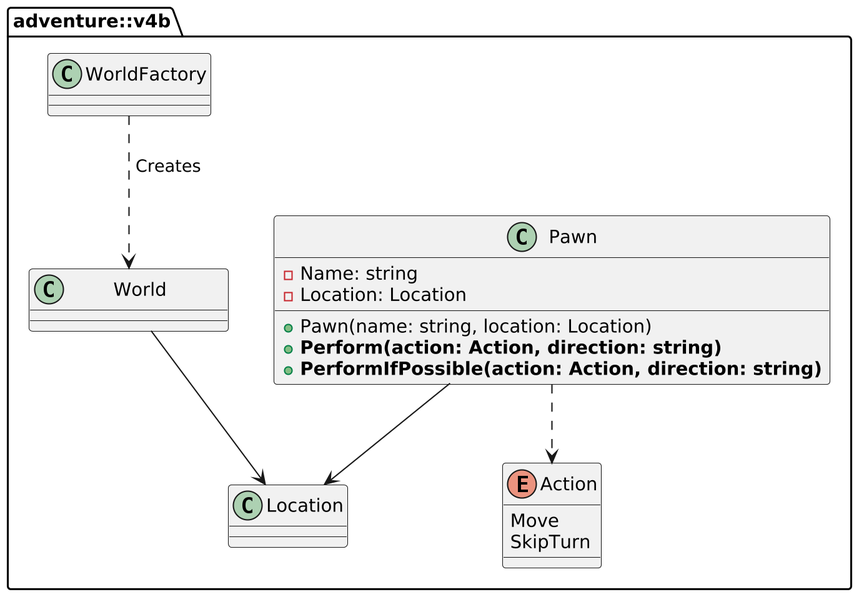
This is Folien/Python/Completed/Woche 4/img/adventure-v4b-overview.png from Coding-Academy-Munich/csharp-clean-code-de, a PlantUML export, as it was before one commit.
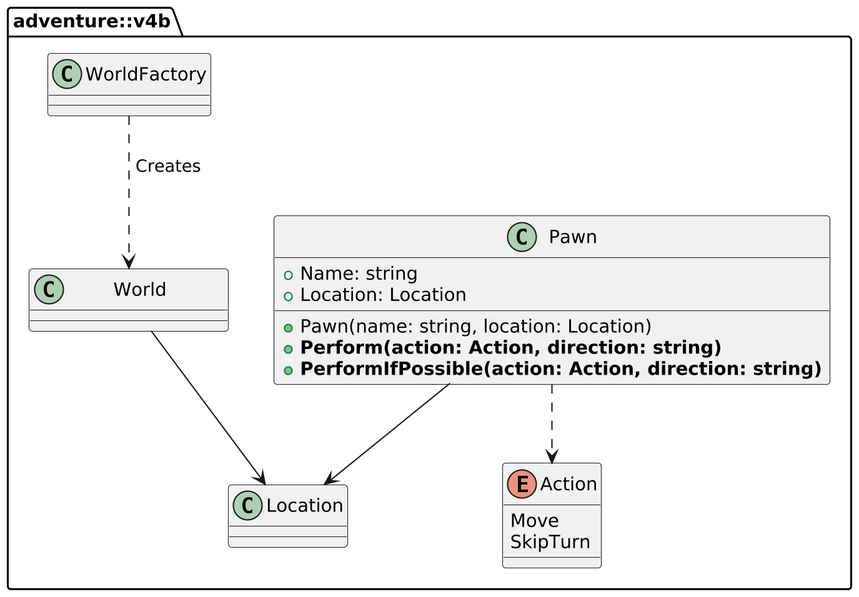
After the commit.

What changed in the source:
```diff
@@ -4,8 +4,8 @@
 namespace adventure::v4b {
 
     class Pawn {
-        -Name: string
-        -Location: Location
+        +Name: string
+        +Location: Location
         +Pawn(name: string, location: Location)
         +<b>Perform(action: Action, direction: string)</b>
         +<b>PerformIfPossible(action: Action, direction: string)</b>
```
